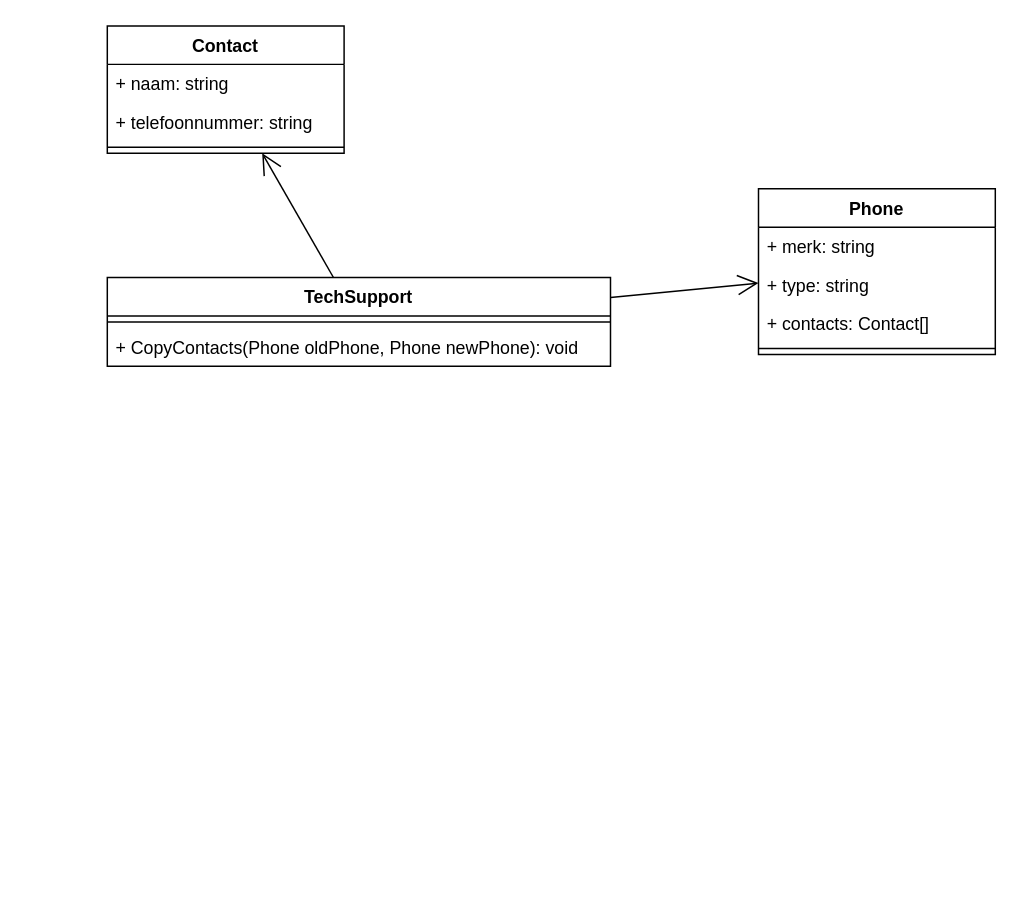
Earlier version of the draw.io diagram page "Phonelab" (6 of 10) of tekeningetjes.drawio (RaoulRoblesdeMedina/oocs-2021-07). Source tidied: cells renumbered, new cells numbered last; positions are measured from the earlier drawing's top-left corner, leaving out a move shared by most shapes. Both pictures are drawn from the tidied source at 148%, with x=0, y=0 at pixel (107, 25).
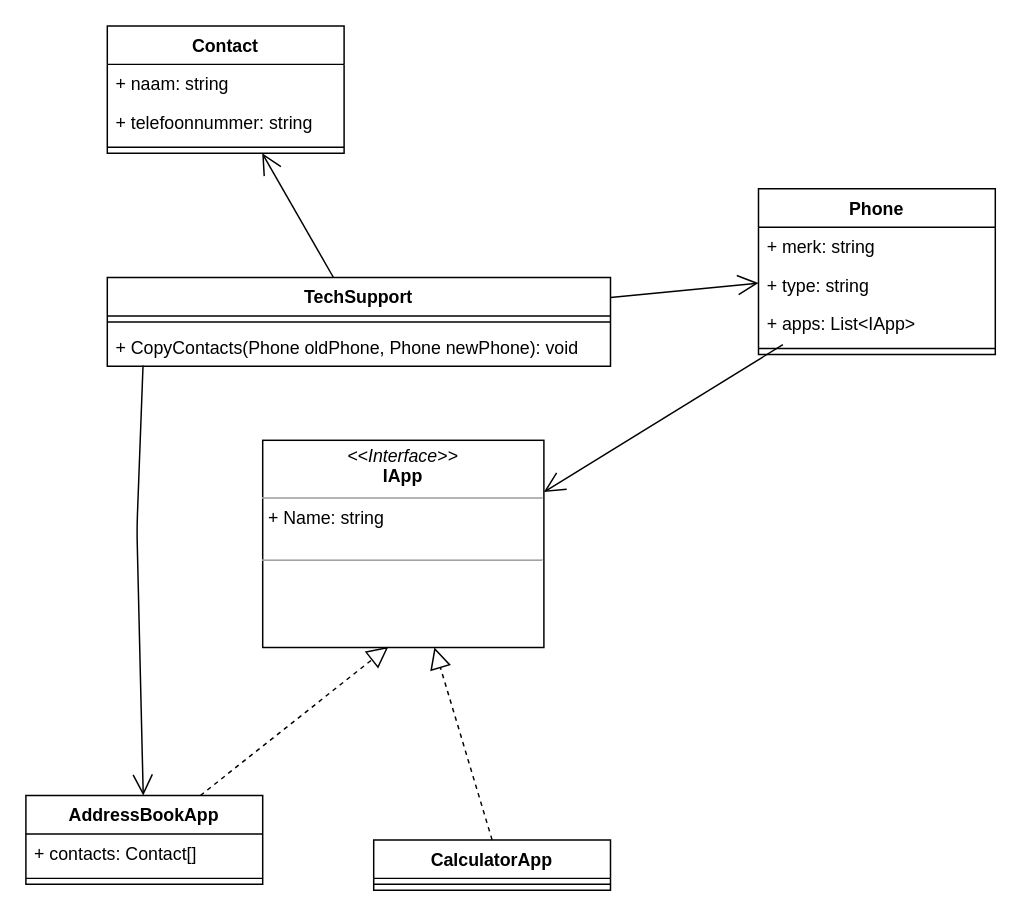
The same diagram, later.

Commit message (it also covers changes not shown here):
Phone met apps uitgewerkt

Unchanged cells that the change refers to:
```xml
<mxCell id="2" value="Phone" style="swimlane;fontStyle=1;align=center;verticalAlign=top;horizontal=1;startSize=26;" parent="1" vertex="1">
  <mxGeometry x="440" y="110" width="160" height="112" as="geometry" />
</mxCell>
<mxCell id="6" style="line;strokeWidth=1;fillColor=none;align=left;verticalAlign=middle;spacingTop=-1;spacingLeft=3;spacingRight=3;labelPosition=right;points=[];portConstraint=eastwest;" parent="2" vertex="1">
  <mxGeometry y="104" width="160" height="8" as="geometry" />
</mxCell>
<mxCell id="9" value="+ CopyContacts(Phone oldPhone, Phone newPhone): void" style="text;strokeColor=none;fillColor=none;align=left;verticalAlign=top;spacingLeft=4;spacingRight=4;overflow=hidden;points=[[0,0.5],[1,0.5]];portConstraint=eastwest;" parent="7" vertex="1">
  <mxGeometry y="34" width="340" height="26" as="geometry" />
</mxCell>
```

The edit, as a diff of the source:
```diff
@@
-    <mxCell id="5" value="+ contacts: Contact[]" style="text;strokeColor=none;fillColor=none;align=left;verticalAlign=top;spacingLeft=4;spacingRight=4;overflow=hidden;" parent="2" vertex="1">
-      <mxGeometry y="78" width="160" height="26" as="geometry" />
-    </mxCell>
+    <mxCell id="16" value="+ apps: List&lt;IApp&gt;" style="text;strokeColor=none;fillColor=none;align=left;verticalAlign=top;spacingLeft=4;spacingRight=4;overflow=hidden;" parent="2" vertex="1">
+      <mxGeometry y="78" width="160" height="26" as="geometry" />
+    </mxCell>
@@
+    <mxCell id="17" value="&lt;p style=&quot;margin: 0px ; margin-top: 4px ; text-align: center&quot;&gt;&lt;i&gt;&amp;lt;&amp;lt;Interface&amp;gt;&amp;gt;&lt;/i&gt;&lt;br&gt;&lt;b&gt;IApp&lt;/b&gt;&lt;/p&gt;&lt;hr size=&quot;1&quot;&gt;&lt;p style=&quot;margin: 0px ; margin-left: 4px&quot;&gt;+ Name: string&lt;br&gt;&lt;br&gt;&lt;/p&gt;&lt;hr size=&quot;1&quot;&gt;&lt;p style=&quot;margin: 0px ; margin-left: 4px&quot;&gt;&lt;br&gt;&lt;/p&gt;" style="verticalAlign=top;align=left;overflow=fill;fontSize=12;fontFamily=Helvetica;html=1;" parent="1" vertex="1">
+      <mxGeometry x="105" y="280" width="190" height="140" as="geometry" />
+    </mxCell>
+    <mxCell id="18" value="CalculatorApp" style="swimlane;fontStyle=1;align=center;verticalAlign=top;horizontal=1;startSize=26;" parent="1" vertex="1">
+      <mxGeometry x="180" y="550" width="160" height="34" as="geometry" />
+    </mxCell>
+    <mxCell id="19" style="line;strokeWidth=1;fillColor=none;align=left;verticalAlign=middle;spacingTop=-1;spacingLeft=3;spacingRight=3;labelPosition=right;" parent="18" vertex="1">
+      <mxGeometry y="26" width="160" height="8" as="geometry" />
+    </mxCell>
+    <mxCell id="20" value="AddressBookApp" style="swimlane;fontStyle=1;align=center;verticalAlign=top;horizontal=1;startSize=26;" parent="1" vertex="1">
+      <mxGeometry x="-55" y="520" width="160" height="60" as="geometry" />
+    </mxCell>
+    <mxCell id="5" value="+ contacts: Contact[]" style="text;strokeColor=none;fillColor=none;align=left;verticalAlign=top;spacingLeft=4;spacingRight=4;overflow=hidden;" parent="20" vertex="1">
+      <mxGeometry y="26" width="160" height="26" as="geometry" />
+    </mxCell>
+    <mxCell id="21" style="line;strokeWidth=1;fillColor=none;align=left;verticalAlign=middle;spacingTop=-1;spacingLeft=3;spacingRight=3;labelPosition=right;" parent="20" vertex="1">
+      <mxGeometry y="52" width="160" height="8" as="geometry" />
+    </mxCell>
+    <mxCell id="22" style="endArrow=block;dashed=1;endFill=0;endSize=12;html=1;exitX=0.5;exitY=0;exitDx=0;exitDy=0;" parent="1" edge="1" source="18" target="17">
+      <mxGeometry relative="1" as="geometry" />
+    </mxCell>
+    <mxCell id="23" style="endArrow=block;dashed=1;endFill=0;endSize=12;html=1;entryX=0.447;entryY=0.996;entryDx=0;entryDy=0;entryPerimeter=0;" parent="1" edge="1" source="20" target="17">
+      <mxGeometry relative="1" as="geometry" />
+    </mxCell>
+    <mxCell id="24" style="endArrow=open;endFill=1;endSize=12;html=1;entryX=1;entryY=0.25;entryDx=0;entryDy=0;exitX=0.103;exitY=0.167;exitDx=0;exitDy=0;exitPerimeter=0;" parent="1" edge="1" source="6" target="17">
+      <mxGeometry relative="1" as="geometry" />
+    </mxCell>
+    <mxCell id="25" style="endArrow=open;endFill=1;endSize=12;html=1;exitX=0.071;exitY=0.981;exitDx=0;exitDy=0;exitPerimeter=0;" parent="1" edge="1" source="9" target="20">
+      <mxGeometry relative="1" as="geometry">
+        <Array as="points">
+          <mxPoint x="20" y="340" />
+        </Array>
+      </mxGeometry>
+    </mxCell>
```
